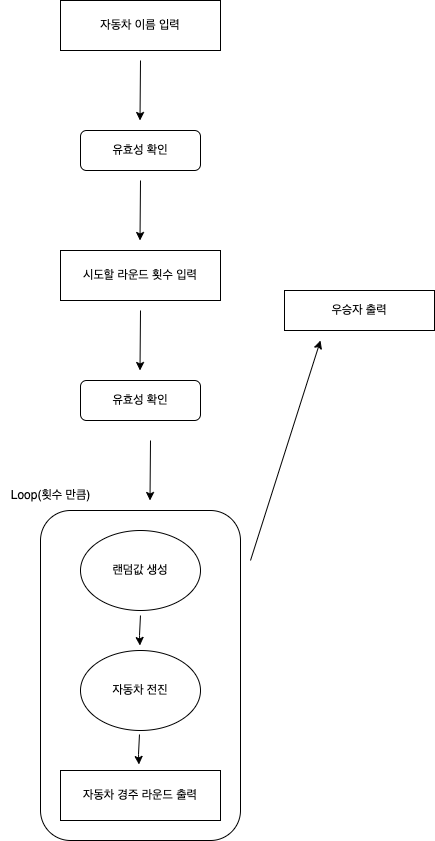
woowacourse/java-racingcar keeps this draw.io diagram as docs/FlowChart.png. Above is the earlier version. Source tidied: cells renumbered, new cells last; positions are measured from the earlier drawing's top-left corner, leaving out a move shared by most shapes.
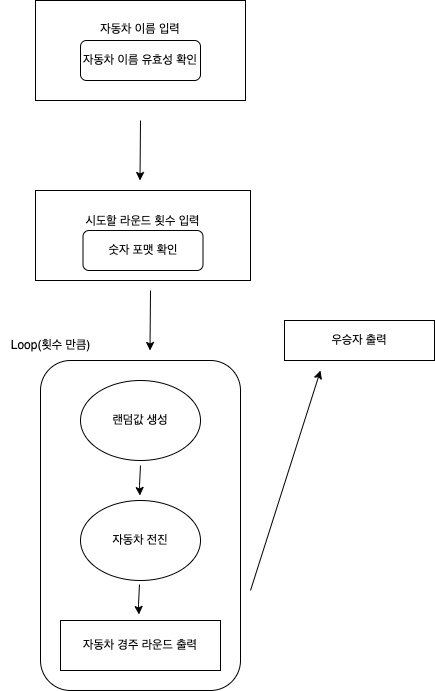
After the commit.

Commit message:
docs: Flow Chart 내용 변경

The edit, as a diff of the source:
```diff
@@ -3,52 +3,40 @@
     <mxCell id="0" />
     <mxCell id="1" parent="0" />
     <mxCell id="2" style="rounded=1;whiteSpace=wrap;html=1;" parent="1" vertex="1">
-      <mxGeometry x="40" y="510" width="200" height="330" as="geometry" />
+      <mxGeometry x="40" y="330" width="200" height="330" as="geometry" />
     </mxCell>
-    <mxCell id="3" value="자동차 이름 입력" style="rounded=0;whiteSpace=wrap;html=1;" parent="1" vertex="1">
-      <mxGeometry x="60" width="160" height="50" as="geometry" />
+    <mxCell id="3" value="자동차 이름 입력&lt;br&gt;&lt;br&gt;&lt;br&gt;&lt;br&gt;" style="rounded=0;whiteSpace=wrap;html=1;" parent="1" vertex="1">
+      <mxGeometry x="35" y="-30" width="210" height="100" as="geometry" />
     </mxCell>
-    <mxCell id="4" style="endArrow=classic;html=1;rounded=0;" parent="1" edge="1">
-      <mxGeometry relative="1" as="geometry">
-        <mxPoint x="140" y="60" as="sourcePoint" />
-        <mxPoint x="139.5" y="120" as="targetPoint" />
-      </mxGeometry>
-    </mxCell>
-    <mxCell id="5" value="유효성 확인" style="rounded=1;whiteSpace=wrap;html=1;" parent="1" vertex="1">
-      <mxGeometry x="80" y="130" width="120" height="40" as="geometry" />
+    <mxCell id="5" value="자동차 이름 유효성 확인" style="rounded=1;whiteSpace=wrap;html=1;" parent="1" vertex="1">
+      <mxGeometry x="80" y="10" width="120" height="40" as="geometry" />
     </mxCell>
-    <mxCell id="6" value="시도할 라운드 횟수 입력" style="rounded=0;whiteSpace=wrap;html=1;" parent="1" vertex="1">
-      <mxGeometry x="60" y="250" width="160" height="50" as="geometry" />
+    <mxCell id="6" value="시도할 라운드 횟수 입력&lt;br&gt;&lt;br&gt;&lt;br&gt;" style="rounded=0;whiteSpace=wrap;html=1;" parent="1" vertex="1">
+      <mxGeometry x="35" y="160" width="215" height="90" as="geometry" />
     </mxCell>
-    <mxCell id="7" style="endArrow=classic;html=1;rounded=0;" parent="1" edge="1">
-      <mxGeometry relative="1" as="geometry">
-        <mxPoint x="140" y="310" as="sourcePoint" />
-        <mxPoint x="139.5" y="370" as="targetPoint" />
-      </mxGeometry>
-    </mxCell>
-    <mxCell id="8" value="유효성 확인" style="rounded=1;whiteSpace=wrap;html=1;" parent="1" vertex="1">
-      <mxGeometry x="80" y="380" width="120" height="40" as="geometry" />
+    <mxCell id="8" value="숫자 포맷 확인" style="rounded=1;whiteSpace=wrap;html=1;" parent="1" vertex="1">
+      <mxGeometry x="82.5" y="200" width="120" height="40" as="geometry" />
     </mxCell>
     <mxCell id="9" style="endArrow=classic;html=1;rounded=0;" parent="1" edge="1">
       <mxGeometry relative="1" as="geometry">
-        <mxPoint x="140" y="180" as="sourcePoint" />
-        <mxPoint x="139.5" y="240" as="targetPoint" />
+        <mxPoint x="140" y="90" as="sourcePoint" />
+        <mxPoint x="139.5" y="150" as="targetPoint" />
       </mxGeometry>
     </mxCell>
     <mxCell id="10" value="자동차 경주 라운드 출력" style="rounded=0;whiteSpace=wrap;html=1;" parent="1" vertex="1">
-      <mxGeometry x="60" y="770" width="160" height="50" as="geometry" />
+      <mxGeometry x="60" y="590" width="160" height="50" as="geometry" />
     </mxCell>
     <mxCell id="11" style="endArrow=classic;html=1;rounded=0;" parent="1" edge="1">
       <mxGeometry relative="1" as="geometry">
-        <mxPoint x="140" y="615" as="sourcePoint" />
-        <mxPoint x="139.5" y="645" as="targetPoint" />
+        <mxPoint x="140" y="435" as="sourcePoint" />
+        <mxPoint x="139.5" y="465" as="targetPoint" />
         <Array as="points">
-          <mxPoint x="139" y="635" />
+          <mxPoint x="139" y="455" />
         </Array>
       </mxGeometry>
     </mxCell>
     <mxCell id="12" value="Loop(횟수 만큼)" style="text;html=1;align=center;verticalAlign=middle;strokeColor=none;fillColor=none;" parent="1" vertex="1">
-      <mxGeometry y="480" width="100" height="30" as="geometry" />
+      <mxGeometry y="300" width="100" height="30" as="geometry" />
     </mxCell>
     <mxCell id="13" style="endArrow=classic;html=1;rounded=0;" parent="1" edge="1">
       <mxGeometry relative="1" as="geometry">
@@ -60,23 +48,23 @@
       <mxGeometry x="284" y="290" width="150" height="40" as="geometry" />
     </mxCell>
     <mxCell id="15" value="자동차 전진" style="ellipse;whiteSpace=wrap;html=1;" parent="1" vertex="1">
-      <mxGeometry x="80" y="650" width="120" height="80" as="geometry" />
+      <mxGeometry x="80" y="470" width="120" height="80" as="geometry" />
     </mxCell>
     <mxCell id="16" value="랜덤값 생성" style="ellipse;whiteSpace=wrap;html=1;" parent="1" vertex="1">
-      <mxGeometry x="80" y="530" width="120" height="80" as="geometry" />
+      <mxGeometry x="80" y="350" width="120" height="80" as="geometry" />
     </mxCell>
     <mxCell id="17" style="endArrow=classic;html=1;rounded=0;" parent="1" edge="1">
       <mxGeometry relative="1" as="geometry">
-        <mxPoint x="150" y="440" as="sourcePoint" />
-        <mxPoint x="149.5" y="500" as="targetPoint" />
+        <mxPoint x="150" y="260" as="sourcePoint" />
+        <mxPoint x="149.5" y="320" as="targetPoint" />
       </mxGeometry>
     </mxCell>
     <mxCell id="18" style="endArrow=classic;html=1;rounded=0;" parent="1" edge="1">
       <mxGeometry relative="1" as="geometry">
-        <mxPoint x="139" y="734" as="sourcePoint" />
-        <mxPoint x="138.5" y="764" as="targetPoint" />
+        <mxPoint x="139" y="554" as="sourcePoint" />
+        <mxPoint x="138.5" y="584" as="targetPoint" />
         <Array as="points">
-          <mxPoint x="138" y="754" />
+          <mxPoint x="138" y="574" />
         </Array>
       </mxGeometry>
     </mxCell>
```
